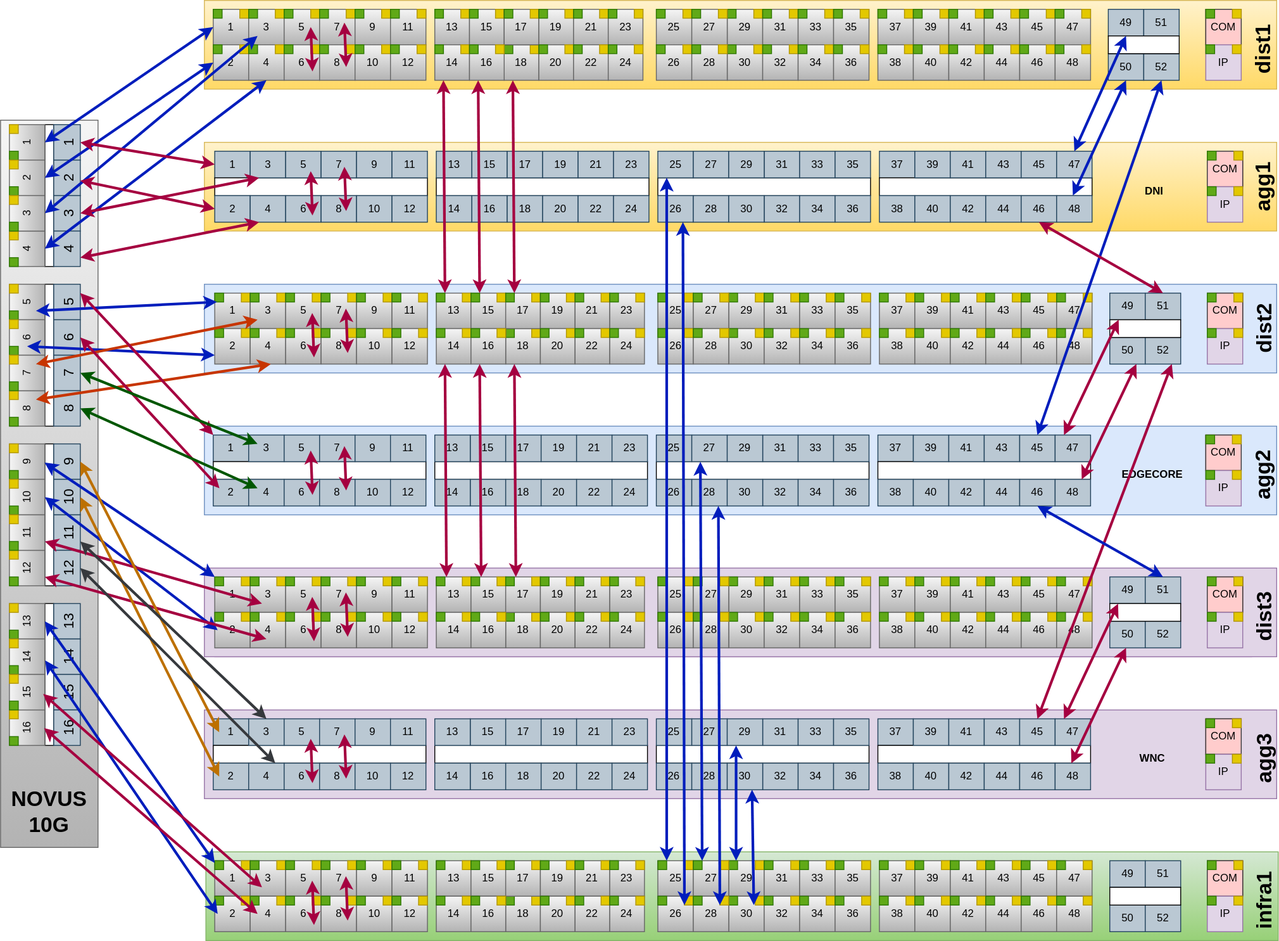
The draw.io diagram docs/img/sit-testbed-wiring.drawio.svg in mgheorghe/testing, before a commit. Source tidied: cells renumbered, new cells last; positions are measured from the earlier drawing's top-left corner, leaving out a move shared by most shapes.
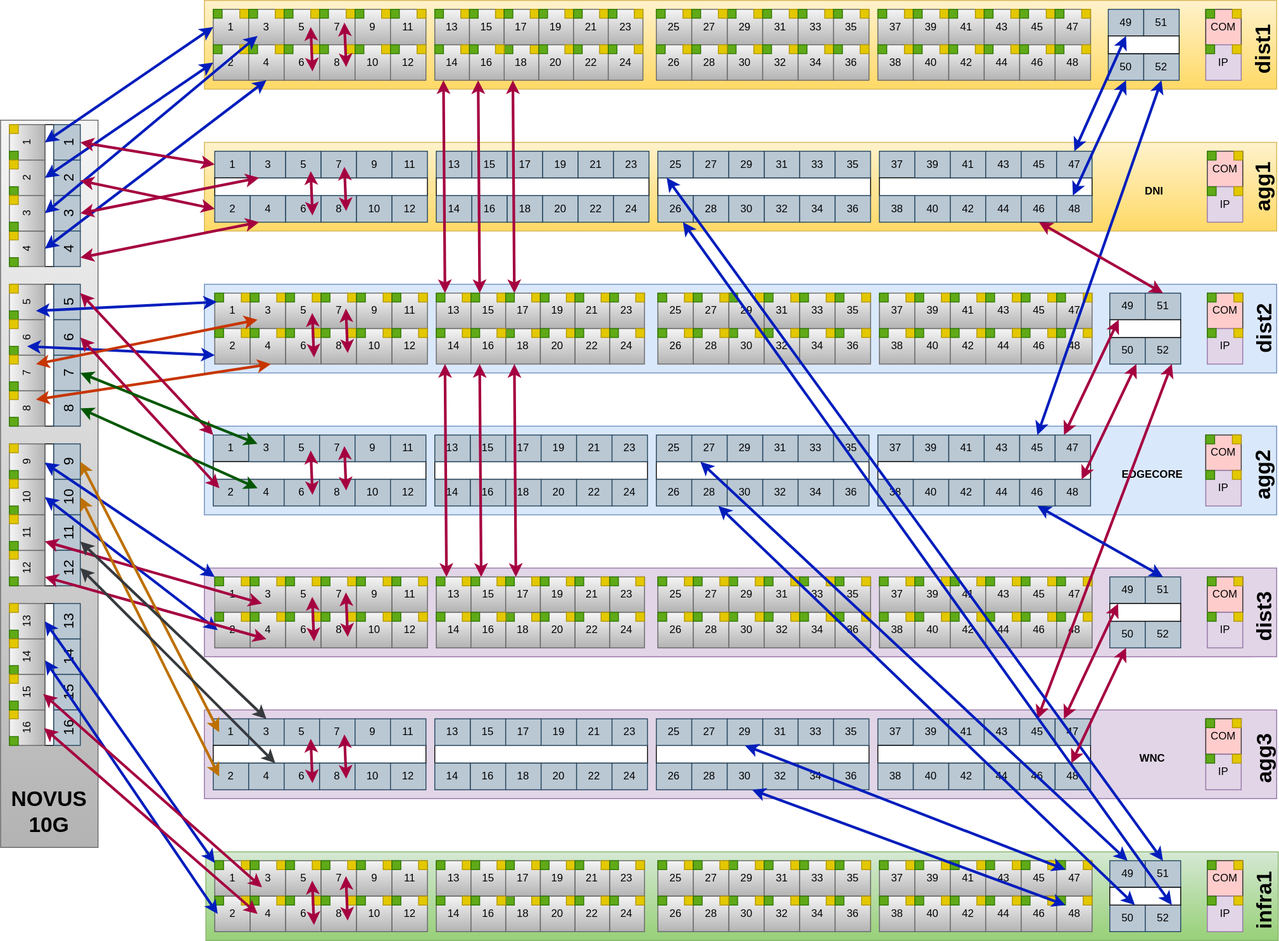
After the commit.

What changed in the source:
```diff
@@ -2826,28 +2826,25 @@
         <mxPoint x="290" y="1030" as="targetPoint" />
       </mxGeometry>
     </mxCell>
-    <mxCell id="933" style="endArrow=classic;startArrow=classic;html=1;rounded=0;fontSize=24;fillColor=#0050ef;strokeColor=#001DBC;exitX=0.25;exitY=0;exitDx=0;exitDy=0;strokeWidth=3;entryX=0.25;entryY=1;entryDx=0;entryDy=0;" parent="1" edge="1" source="880" target="530">
+    <mxCell id="933" style="endArrow=classic;startArrow=classic;html=1;rounded=0;fontSize=24;fillColor=#0050ef;strokeColor=#001DBC;exitX=0.5;exitY=0;exitDx=0;exitDy=0;strokeWidth=3;entryX=0.25;entryY=1;entryDx=0;entryDy=0;" parent="1" edge="1" source="785" target="530">
       <mxGeometry relative="1" as="geometry" />
     </mxCell>
-    <mxCell id="934" style="endArrow=classic;startArrow=classic;html=1;rounded=0;fontSize=24;fillColor=#0050ef;strokeColor=#001DBC;strokeWidth=3;exitX=0;exitY=1;exitDx=0;exitDy=0;" parent="1" edge="1" source="888">
+    <mxCell id="934" style="endArrow=classic;startArrow=classic;html=1;rounded=0;fontSize=24;fillColor=#0050ef;strokeColor=#001DBC;strokeWidth=3;exitX=0.75;exitY=0;exitDx=0;exitDy=0;" parent="1" edge="1" source="783">
       <mxGeometry relative="1" as="geometry">
         <mxPoint x="770" y="250" as="targetPoint" />
       </mxGeometry>
     </mxCell>
-    <mxCell id="935" style="endArrow=classic;startArrow=classic;html=1;rounded=0;fontSize=24;fillColor=#0050ef;strokeColor=#001DBC;strokeWidth=3;entryX=0.207;entryY=0.013;entryDx=0;entryDy=0;entryPerimeter=0;exitX=0.25;exitY=0;exitDx=0;exitDy=0;" parent="1" edge="1" source="883" target="75">
+    <mxCell id="935" style="endArrow=classic;startArrow=classic;html=1;rounded=0;fontSize=24;fillColor=#0050ef;strokeColor=#001DBC;strokeWidth=3;entryX=0.207;entryY=0.013;entryDx=0;entryDy=0;entryPerimeter=0;exitX=0.5;exitY=0;exitDx=0;exitDy=0;" parent="1" edge="1" source="784" target="75">
       <mxGeometry relative="1" as="geometry" />
     </mxCell>
-    <mxCell id="936" style="endArrow=classic;startArrow=classic;html=1;rounded=0;fontSize=24;fillColor=#0050ef;strokeColor=#001DBC;strokeWidth=3;exitX=0;exitY=1;exitDx=0;exitDy=0;entryX=0.75;entryY=1;entryDx=0;entryDy=0;" parent="1" edge="1" source="891" target="115">
+    <mxCell id="936" style="endArrow=classic;startArrow=classic;html=1;rounded=0;fontSize=24;fillColor=#0050ef;strokeColor=#001DBC;strokeWidth=3;exitX=0.354;exitY=1;exitDx=0;exitDy=0;entryX=0.75;entryY=1;entryDx=0;entryDy=0;exitPerimeter=0;" parent="1" edge="1" source="786" target="115">
       <mxGeometry relative="1" as="geometry" />
     </mxCell>
-    <mxCell id="937" style="endArrow=classic;startArrow=classic;html=1;rounded=0;fontSize=24;fillColor=#0050ef;strokeColor=#001DBC;strokeWidth=3;entryX=0.25;entryY=1;entryDx=0;entryDy=0;exitX=0.25;exitY=0;exitDx=0;exitDy=0;" parent="1" edge="1" target="314">
-      <mxGeometry relative="1" as="geometry">
-        <mxPoint x="830" y="970" as="sourcePoint" />
-      </mxGeometry>
+    <mxCell id="937" style="endArrow=classic;startArrow=classic;html=1;rounded=0;fontSize=24;fillColor=#0050ef;strokeColor=#001DBC;strokeWidth=3;entryX=0.5;entryY=1;entryDx=0;entryDy=0;exitX=1;exitY=1;exitDx=0;exitDy=0;" parent="1" edge="1" source="908" target="314">
+      <mxGeometry relative="1" as="geometry" />
     </mxCell>
-    <mxCell id="938" style="endArrow=classic;startArrow=classic;html=1;rounded=0;fontSize=24;fillColor=#0050ef;strokeColor=#001DBC;strokeWidth=3;exitX=0;exitY=1;exitDx=0;exitDy=0;" parent="1" edge="1">
+    <mxCell id="938" style="endArrow=classic;startArrow=classic;html=1;rounded=0;fontSize=24;fillColor=#0050ef;strokeColor=#001DBC;strokeWidth=3;exitX=1;exitY=1;exitDx=0;exitDy=0;" parent="1" edge="1" source="926">
       <mxGeometry relative="1" as="geometry">
-        <mxPoint x="850" y="1020" as="sourcePoint" />
         <mxPoint x="848" y="890" as="targetPoint" />
       </mxGeometry>
     </mxCell>
```
